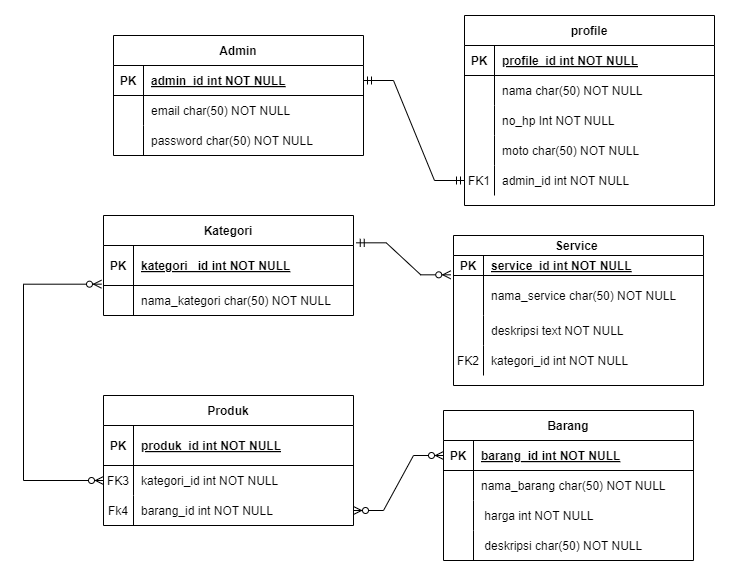
Earlier version of the draw.io export public/assets/images/erd apotik.drawio.png (koplakzs/online-apotek). Source tidied: cells renumbered, new cells last; positions are measured from the earlier drawing's top-left corner, leaving out a move shared by most shapes.
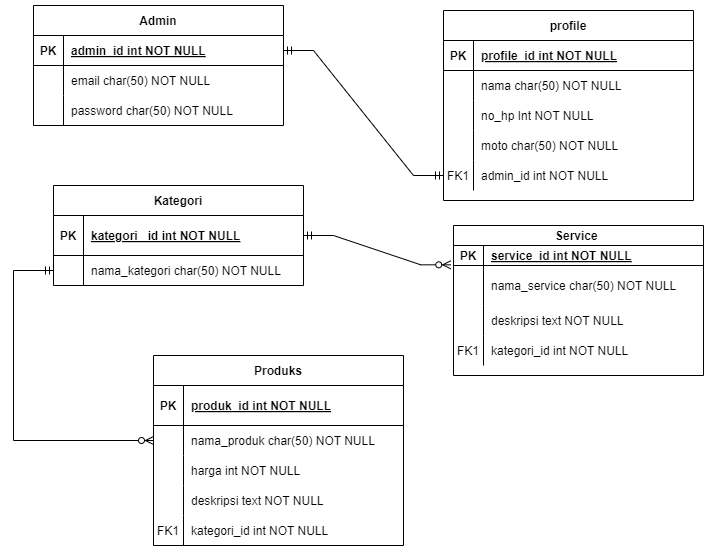
The same diagram one commit later.

Change to the diagram source:
```diff
@@ -2,16 +2,8 @@
   <root>
     <mxCell id="0" />
     <mxCell id="1" parent="0" />
-    <mxCell id="2" style="edgeStyle=orthogonalEdgeStyle;fontSize=12;html=1;endArrow=ERzeroToMany;endFill=1;startArrow=ERzeroToMany;rounded=0;exitX=0;exitY=0.5;exitDx=0;exitDy=0;entryX=-0.008;entryY=-0.044;entryDx=0;entryDy=0;entryPerimeter=0;" parent="1" edge="1" source="53" target="46">
-      <mxGeometry relative="1" as="geometry">
-        <Array as="points">
-          <mxPoint y="465" />
-          <mxPoint y="269" />
-        </Array>
-      </mxGeometry>
-    </mxCell>
     <mxCell id="3" value="profile" style="shape=table;startSize=30;rowLines=0;fontStyle=1;align=center;" parent="1" vertex="1">
-      <mxGeometry x="441" width="250" height="190" as="geometry" />
+      <mxGeometry x="540" y="-15" width="250" height="190" as="geometry" />
     </mxCell>
     <mxCell id="4" style="shape=partialRectangle;fillColor=none;top=0;left=0;right=0;bottom=1;" parent="3" vertex="1">
       <mxGeometry y="30" width="250" height="30" as="geometry" />
@@ -58,47 +50,16 @@
     <mxCell id="18" value="admin_id int NOT NULL" style="shape=partialRectangle;overflow=hidden;fillColor=none;top=0;left=0;bottom=0;right=0;align=left;spacingLeft=6;" parent="16" vertex="1">
       <mxGeometry x="30" width="220" height="30" as="geometry" />
     </mxCell>
-    <mxCell id="19" value="Barang" style="shape=table;startSize=30;rowLines=0;fontStyle=1;align=center;" parent="1" vertex="1">
-      <mxGeometry x="420" y="395" width="250" height="150" as="geometry" />
-    </mxCell>
-    <mxCell id="20" style="shape=partialRectangle;fillColor=none;points=[[0,0.5],[1,0.5]];portConstraint=eastwest;top=0;left=0;right=0;bottom=1;" parent="19" vertex="1">
-      <mxGeometry y="30" width="250" height="30" as="geometry" />
-    </mxCell>
-    <mxCell id="21" value="PK" style="shape=partialRectangle;overflow=hidden;fillColor=none;top=0;left=0;bottom=0;right=0;fontStyle=1;" parent="20" vertex="1">
-      <mxGeometry width="30" height="30" as="geometry" />
-    </mxCell>
-    <mxCell id="22" value="barang_id int NOT NULL " style="shape=partialRectangle;overflow=hidden;fillColor=none;top=0;left=0;bottom=0;right=0;align=left;spacingLeft=6;fontStyle=5;" parent="20" vertex="1">
-      <mxGeometry x="30" width="220" height="30" as="geometry" />
-    </mxCell>
-    <mxCell id="23" style="shape=partialRectangle;fillColor=none;top=0;left=0;right=0;bottom=0;" parent="19" vertex="1">
-      <mxGeometry y="60" width="250" height="30" as="geometry" />
-    </mxCell>
-    <mxCell id="24" style="shape=partialRectangle;overflow=hidden;fillColor=none;top=0;left=0;bottom=0;right=0;" parent="23" vertex="1">
-      <mxGeometry width="30" height="30" as="geometry" />
-    </mxCell>
-    <mxCell id="25" value="nama_barang char(50) NOT NULL" style="shape=partialRectangle;overflow=hidden;fillColor=none;top=0;left=0;bottom=0;right=0;align=left;spacingLeft=6;" parent="23" vertex="1">
-      <mxGeometry x="30" width="220" height="30" as="geometry" />
-    </mxCell>
-    <mxCell id="26" style="shape=partialRectangle;fillColor=none;top=0;left=0;right=0;bottom=0;" parent="19" vertex="1">
-      <mxGeometry y="90" width="250" height="30" as="geometry" />
-    </mxCell>
-    <mxCell id="27" style="shape=partialRectangle;overflow=hidden;fillColor=none;top=0;left=0;bottom=0;right=0;" parent="26" vertex="1">
-      <mxGeometry width="30" height="30" as="geometry" />
-    </mxCell>
-    <mxCell id="28" value=" harga int NOT NULL" style="shape=partialRectangle;overflow=hidden;fillColor=none;top=0;left=0;bottom=0;right=0;align=left;spacingLeft=6;" parent="26" vertex="1">
-      <mxGeometry x="30" width="220" height="30" as="geometry" />
-    </mxCell>
-    <mxCell id="29" style="shape=partialRectangle;fillColor=none;top=0;left=0;right=0;bottom=0;" parent="19" vertex="1">
-      <mxGeometry y="120" width="250" height="30" as="geometry" />
-    </mxCell>
-    <mxCell id="30" style="shape=partialRectangle;overflow=hidden;fillColor=none;top=0;left=0;bottom=0;right=0;" parent="29" vertex="1">
-      <mxGeometry width="30" height="30" as="geometry" />
-    </mxCell>
-    <mxCell id="31" value=" deskripsi char(50) NOT NULL" style="shape=partialRectangle;overflow=hidden;fillColor=none;top=0;left=0;bottom=0;right=0;align=left;spacingLeft=6;" parent="29" vertex="1">
-      <mxGeometry x="30" width="220" height="30" as="geometry" />
-    </mxCell>
+    <mxCell id="75" style="edgeStyle=orthogonalEdgeStyle;fontSize=12;html=1;endArrow=ERzeroToMany;startArrow=ERmandOne;rounded=0;entryX=0;entryY=0.5;entryDx=0;entryDy=0;exitX=0;exitY=0.5;exitDx=0;exitDy=0;" parent="1" edge="1" source="46" target="53">
+      <mxGeometry relative="1" as="geometry">
+        <Array as="points">
+          <mxPoint x="110" y="245" />
+          <mxPoint x="110" y="415" />
+        </Array>
+      </mxGeometry>
+    </mxCell>
     <mxCell id="32" value="Admin" style="shape=table;startSize=30;rowLines=0;fontStyle=1;align=center;" parent="1" vertex="1">
-      <mxGeometry x="90" y="20" width="250" height="120" as="geometry" />
+      <mxGeometry x="130" y="-20" width="250" height="120" as="geometry" />
     </mxCell>
     <mxCell id="33" style="shape=partialRectangle;fillColor=none;points=[[0,0.5],[1,0.5]];portConstraint=eastwest;top=0;left=0;right=0;bottom=1;" parent="32" vertex="1">
       <mxGeometry y="30" width="250" height="30" as="geometry" />
@@ -128,7 +89,7 @@
       <mxGeometry x="30" width="220" height="30" as="geometry" />
     </mxCell>
     <mxCell id="42" value="Kategori" style="shape=table;startSize=30;rowLines=0;fontStyle=1;align=center;" parent="1" vertex="1">
-      <mxGeometry x="80" y="200" width="250" height="100" as="geometry" />
+      <mxGeometry x="150" y="160" width="250" height="100" as="geometry" />
     </mxCell>
     <mxCell id="43" style="shape=partialRectangle;fillColor=none;points=[[0,0.5],[1,0.5]];portConstraint=eastwest;top=0;left=0;right=0;bottom=1;" parent="42" vertex="1">
       <mxGeometry y="30" width="250" height="40" as="geometry" />
@@ -148,8 +109,8 @@
     <mxCell id="48" value="nama_kategori char(50) NOT NULL" style="shape=partialRectangle;overflow=hidden;fillColor=none;top=0;left=0;bottom=0;right=0;align=left;spacingLeft=6;" parent="46" vertex="1">
       <mxGeometry x="30" width="220" height="30" as="geometry" />
     </mxCell>
-    <mxCell id="49" value="Produk" style="shape=table;startSize=30;rowLines=0;fontStyle=1;align=center;" parent="1" vertex="1">
-      <mxGeometry x="80" y="380" width="250" height="130" as="geometry" />
+    <mxCell id="49" value="Produks" style="shape=table;startSize=30;rowLines=0;fontStyle=1;align=center;" parent="1" vertex="1">
+      <mxGeometry x="250" y="330" width="250" height="190" as="geometry" />
     </mxCell>
     <mxCell id="50" style="shape=partialRectangle;fillColor=none;top=0;left=0;right=0;bottom=1;" parent="49" vertex="1">
       <mxGeometry y="30" width="250" height="40" as="geometry" />
@@ -163,23 +124,41 @@
     <mxCell id="53" style="shape=partialRectangle;fillColor=none;points=[[0,0.5],[1,0.5]];portConstraint=eastwest;top=0;left=0;right=0;bottom=0;" parent="49" vertex="1">
       <mxGeometry y="70" width="250" height="30" as="geometry" />
     </mxCell>
-    <mxCell id="54" value="FK3" style="shape=partialRectangle;overflow=hidden;fillColor=none;top=0;left=0;bottom=0;right=0;" parent="53" vertex="1">
+    <mxCell id="54" style="shape=partialRectangle;overflow=hidden;fillColor=none;top=0;left=0;bottom=0;right=0;" parent="53" vertex="1">
       <mxGeometry width="30" height="30" as="geometry" />
     </mxCell>
-    <mxCell id="55" value="kategori_id int NOT NULL" style="shape=partialRectangle;overflow=hidden;fillColor=none;top=0;left=0;bottom=0;right=0;align=left;spacingLeft=6;" parent="53" vertex="1">
+    <mxCell id="55" value="nama_produk char(50) NOT NULL" style="shape=partialRectangle;overflow=hidden;fillColor=none;top=0;left=0;bottom=0;right=0;align=left;spacingLeft=6;" parent="53" vertex="1">
       <mxGeometry x="30" width="220" height="30" as="geometry" />
     </mxCell>
+    <mxCell id="76" style="shape=partialRectangle;fillColor=none;top=0;left=0;right=0;bottom=0;" parent="49" vertex="1">
+      <mxGeometry y="100" width="250" height="30" as="geometry" />
+    </mxCell>
+    <mxCell id="77" style="shape=partialRectangle;overflow=hidden;fillColor=none;top=0;left=0;bottom=0;right=0;" parent="76" vertex="1">
+      <mxGeometry width="30" height="30" as="geometry" />
+    </mxCell>
+    <mxCell id="28" value="harga int NOT NULL" style="shape=partialRectangle;overflow=hidden;fillColor=none;top=0;left=0;bottom=0;right=0;align=left;spacingLeft=6;" parent="76" vertex="1">
+      <mxGeometry x="30" width="220" height="30" as="geometry" />
+    </mxCell>
+    <mxCell id="78" style="shape=partialRectangle;fillColor=none;top=0;left=0;right=0;bottom=0;" parent="49" vertex="1">
+      <mxGeometry y="130" width="250" height="30" as="geometry" />
+    </mxCell>
+    <mxCell id="79" style="shape=partialRectangle;overflow=hidden;fillColor=none;top=0;left=0;bottom=0;right=0;" parent="78" vertex="1">
+      <mxGeometry width="30" height="30" as="geometry" />
+    </mxCell>
+    <mxCell id="80" value="deskripsi text NOT NULL" style="shape=partialRectangle;overflow=hidden;fillColor=none;top=0;left=0;bottom=0;right=0;align=left;spacingLeft=6;" parent="78" vertex="1">
+      <mxGeometry x="30" width="220" height="30" as="geometry" />
+    </mxCell>
     <mxCell id="56" style="shape=partialRectangle;fillColor=none;points=[[0,0.5],[1,0.5]];portConstraint=eastwest;top=0;left=0;right=0;bottom=0;" parent="49" vertex="1">
-      <mxGeometry y="100" width="250" height="30" as="geometry" />
+      <mxGeometry y="160" width="250" height="30" as="geometry" />
     </mxCell>
-    <mxCell id="57" value="Fk4" style="shape=partialRectangle;overflow=hidden;fillColor=none;top=0;left=0;bottom=0;right=0;" parent="56" vertex="1">
+    <mxCell id="57" value="FK1" style="shape=partialRectangle;overflow=hidden;fillColor=none;top=0;left=0;bottom=0;right=0;" parent="56" vertex="1">
       <mxGeometry width="30" height="30" as="geometry" />
     </mxCell>
-    <mxCell id="58" value="barang_id int NOT NULL" style="shape=partialRectangle;overflow=hidden;fillColor=none;top=0;left=0;bottom=0;right=0;align=left;spacingLeft=6;fontStyle=0;" parent="56" vertex="1">
+    <mxCell id="58" value="kategori_id int NOT NULL" style="shape=partialRectangle;overflow=hidden;fillColor=none;top=0;left=0;bottom=0;right=0;align=left;spacingLeft=6;fontStyle=0;" parent="56" vertex="1">
       <mxGeometry x="30" width="220" height="30" as="geometry" />
     </mxCell>
     <mxCell id="59" value="Service " style="shape=table;startSize=20;rowLines=0;fontStyle=1;align=center;" parent="1" vertex="1">
-      <mxGeometry x="430" y="220" width="250" height="150" as="geometry" />
+      <mxGeometry x="550" y="200" width="250" height="150" as="geometry" />
     </mxCell>
     <mxCell id="60" style="shape=partialRectangle;fillColor=none;top=0;left=0;right=0;bottom=1;" parent="59" vertex="1">
       <mxGeometry y="20" width="250" height="20" as="geometry" />
@@ -211,7 +190,7 @@
     <mxCell id="69" style="shape=partialRectangle;fillColor=none;top=0;left=0;right=0;bottom=0;" parent="59" vertex="1">
       <mxGeometry y="110" width="250" height="30" as="geometry" />
     </mxCell>
-    <mxCell id="70" value="FK2" style="shape=partialRectangle;overflow=hidden;fillColor=none;top=0;left=0;bottom=0;right=0;" parent="69" vertex="1">
+    <mxCell id="70" value="FK1" style="shape=partialRectangle;overflow=hidden;fillColor=none;top=0;left=0;bottom=0;right=0;" parent="69" vertex="1">
       <mxGeometry width="30" height="30" as="geometry" />
     </mxCell>
     <mxCell id="71" value="kategori_id int NOT NULL" style="shape=partialRectangle;overflow=hidden;fillColor=none;top=0;left=0;bottom=0;right=0;align=left;spacingLeft=6;" parent="69" vertex="1">
@@ -220,15 +199,7 @@
     <mxCell id="72" style="edgeStyle=entityRelationEdgeStyle;fontSize=12;html=1;endArrow=ERmandOne;startArrow=ERmandOne;rounded=0;exitX=1;exitY=0.5;exitDx=0;exitDy=0;entryX=0;entryY=0.5;entryDx=0;entryDy=0;" parent="1" edge="1" source="33" target="16">
       <mxGeometry relative="1" as="geometry" />
     </mxCell>
-    <mxCell id="73" style="edgeStyle=entityRelationEdgeStyle;fontSize=12;html=1;endArrow=ERzeroToMany;endFill=1;startArrow=ERzeroToMany;rounded=0;entryX=0;entryY=0.5;entryDx=0;entryDy=0;" parent="1" edge="1" source="56" target="20">
-      <mxGeometry relative="1" as="geometry">
-        <Array as="points">
-          <mxPoint x="230" y="320" />
-          <mxPoint x="250" y="330" />
-        </Array>
-      </mxGeometry>
-    </mxCell>
-    <mxCell id="74" style="edgeStyle=entityRelationEdgeStyle;fontSize=12;html=1;endArrow=ERzeroToMany;startArrow=ERmandOne;rounded=0;exitX=1.011;exitY=-0.067;exitDx=0;exitDy=0;exitPerimeter=0;entryX=-0.011;entryY=-0.017;entryDx=0;entryDy=0;entryPerimeter=0;" parent="1" edge="1" source="43" target="63">
+    <mxCell id="74" style="edgeStyle=entityRelationEdgeStyle;fontSize=12;html=1;endArrow=ERzeroToMany;startArrow=ERmandOne;rounded=0;entryX=-0.011;entryY=-0.017;entryDx=0;entryDy=0;entryPerimeter=0;exitX=1;exitY=0.5;exitDx=0;exitDy=0;" parent="1" edge="1" source="43" target="63">
       <mxGeometry relative="1" as="geometry" />
     </mxCell>
   </root>
```
